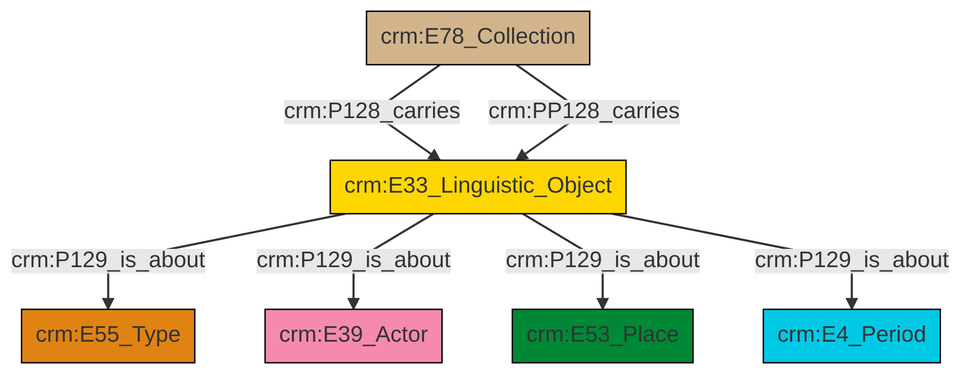
Above: et/archivalCSV/ttl/mmd/png/archival_aboutness.png in swiss-art-research-net/docs.swissartresearch (Mermaid), before the change. Its source is kept beside it as et/archivalCSV/ttl/mmd/archival_aboutness.ttl.mmd.
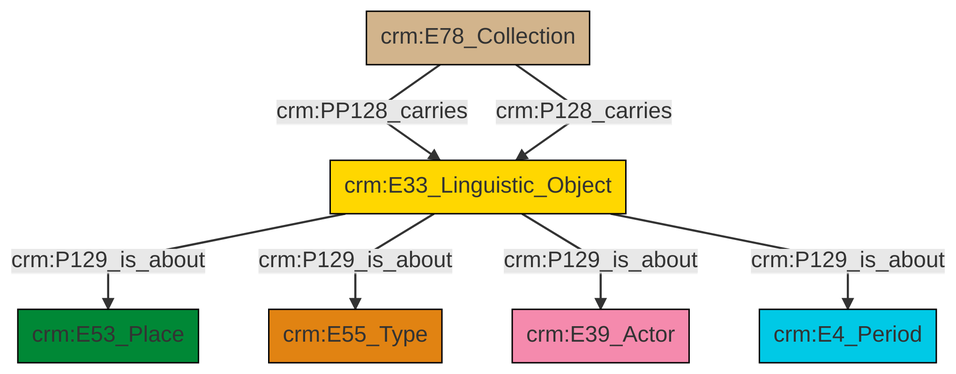
Above is the later version.

What changed in the source:
```diff
@@ -13,9 +13,9 @@
 classDef PC_Classes fill:#4ce600, stroke:#000000;
 classDef Multi fill:#cccccc,stroke:#000000;
 
-0["crm:E33_Linguistic_Object"]:::Conceptual_Object -->|crm:P129_is_about| 1["crm:E55_Type"]:::Type
-0["crm:E33_Linguistic_Object"]:::Conceptual_Object -->|crm:P129_is_about| 4["crm:E39_Actor"]:::Actor
-5["crm:E78_Collection"]:::Physical_Thing -->|crm:P128_carries| 0["crm:E33_Linguistic_Object"]:::Conceptual_Object
-5["crm:E78_Collection"]:::Physical_Thing -->|crm:PP128_carries| 0["crm:E33_Linguistic_Object"]:::Conceptual_Object
-0["crm:E33_Linguistic_Object"]:::Conceptual_Object -->|crm:P129_is_about| 8["crm:E53_Place"]:::Place
-0["crm:E33_Linguistic_Object"]:::Conceptual_Object -->|crm:P129_is_about| 2["crm:E4_Period"]:::Temporal_Entity
+4["crm:E78_Collection"]:::Physical_Thing -->|crm:PP128_carries| 2["crm:E33_Linguistic_Object"]:::Conceptual_Object
+2["crm:E33_Linguistic_Object"]:::Conceptual_Object -->|crm:P129_is_about| 0["crm:E53_Place"]:::Place
+2["crm:E33_Linguistic_Object"]:::Conceptual_Object -->|crm:P129_is_about| 7["crm:E55_Type"]:::Type
+2["crm:E33_Linguistic_Object"]:::Conceptual_Object -->|crm:P129_is_about| 8["crm:E39_Actor"]:::Actor
+2["crm:E33_Linguistic_Object"]:::Conceptual_Object -->|crm:P129_is_about| 5["crm:E4_Period"]:::Temporal_Entity
+4["crm:E78_Collection"]:::Physical_Thing -->|crm:P128_carries| 2["crm:E33_Linguistic_Object"]:::Conceptual_Object
```
